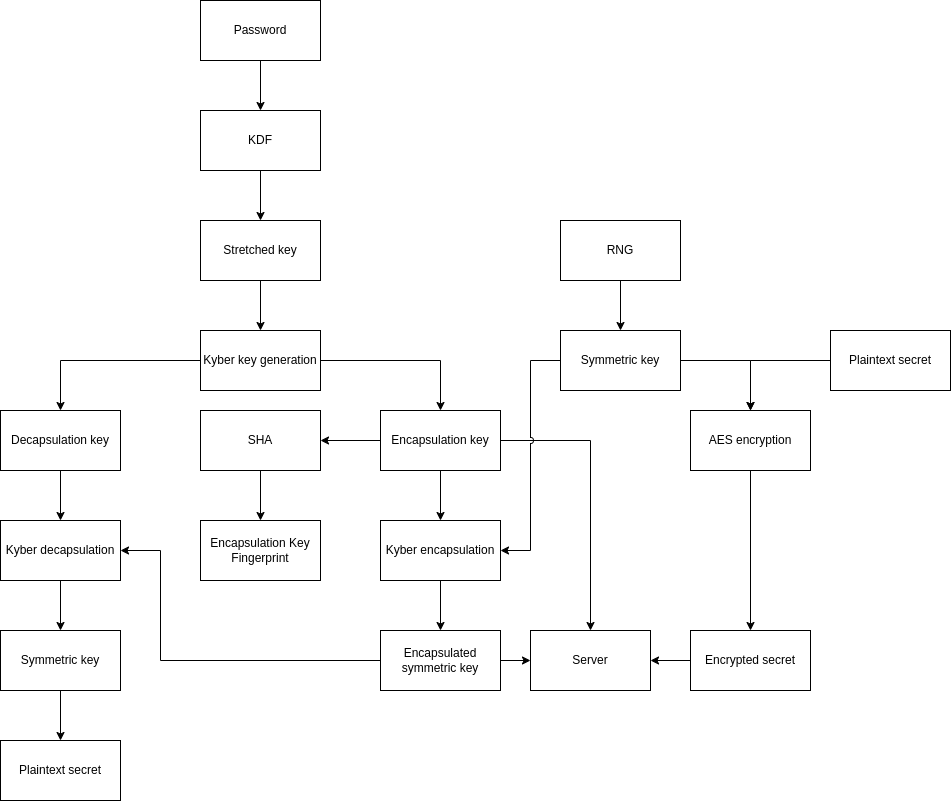
The draw.io diagram docs/crypto.drawio.png in cipherly-xyz/cipherly, before a commit. Source tidied: cells renumbered, new cells last; positions are measured from the earlier drawing's top-left corner, leaving out a move shared by most shapes. Its diagram source:
```xml
<mxGraphModel>
  <root>
    <mxCell id="0" />
    <mxCell id="1" parent="0" />
    <mxCell id="2" style="edgeStyle=orthogonalEdgeStyle;rounded=0;jettySize=auto;html=1;" parent="1" edge="1" source="3" target="5">
      <mxGeometry relative="1" as="geometry" />
    </mxCell>
    <mxCell id="3" value="&lt;div&gt;Password&lt;/div&gt;" style="rounded=0;whiteSpace=wrap;html=1;" parent="1" vertex="1">
      <mxGeometry x="200" width="120" height="60" as="geometry" />
    </mxCell>
    <mxCell id="4" style="edgeStyle=orthogonalEdgeStyle;rounded=0;jettySize=auto;html=1;" parent="1" edge="1" source="5" target="16">
      <mxGeometry relative="1" as="geometry" />
    </mxCell>
    <mxCell id="5" value="KDF" style="rounded=0;whiteSpace=wrap;html=1;" parent="1" vertex="1">
      <mxGeometry x="200" y="110" width="120" height="60" as="geometry" />
    </mxCell>
    <mxCell id="6" style="edgeStyle=orthogonalEdgeStyle;rounded=0;jettySize=auto;html=1;" parent="1" edge="1" source="8" target="14">
      <mxGeometry relative="1" as="geometry" />
    </mxCell>
    <mxCell id="7" style="edgeStyle=orthogonalEdgeStyle;rounded=0;jettySize=auto;html=1;" parent="1" edge="1" source="8" target="12">
      <mxGeometry relative="1" as="geometry" />
    </mxCell>
    <mxCell id="8" value="&lt;div&gt;Kyber key generation&lt;/div&gt;" style="rounded=0;whiteSpace=wrap;html=1;" parent="1" vertex="1">
      <mxGeometry x="200" y="330" width="120" height="60" as="geometry" />
    </mxCell>
    <mxCell id="9" style="edgeStyle=orthogonalEdgeStyle;rounded=0;jettySize=auto;html=1;" parent="1" edge="1" source="12" target="30">
      <mxGeometry relative="1" as="geometry" />
    </mxCell>
    <mxCell id="10" style="edgeStyle=orthogonalEdgeStyle;rounded=0;jettySize=auto;html=1;entryX=0.5;entryY=0;entryDx=0;entryDy=0;jumpStyle=gap;" parent="1" edge="1" source="12" target="25">
      <mxGeometry relative="1" as="geometry">
        <Array as="points">
          <mxPoint x="590" y="440" />
        </Array>
      </mxGeometry>
    </mxCell>
    <mxCell id="11" style="edgeStyle=orthogonalEdgeStyle;rounded=0;jettySize=auto;html=1;" parent="1" edge="1" source="12" target="40">
      <mxGeometry relative="1" as="geometry" />
    </mxCell>
    <mxCell id="12" value="Encapsulation key" style="rounded=0;whiteSpace=wrap;html=1;" parent="1" vertex="1">
      <mxGeometry x="380" y="410" width="120" height="60" as="geometry" />
    </mxCell>
    <mxCell id="13" style="edgeStyle=orthogonalEdgeStyle;rounded=0;jettySize=auto;html=1;" parent="1" edge="1" source="14" target="35">
      <mxGeometry relative="1" as="geometry" />
    </mxCell>
    <mxCell id="14" value="Decapsulation key" style="rounded=0;whiteSpace=wrap;html=1;" parent="1" vertex="1">
      <mxGeometry y="410" width="120" height="60" as="geometry" />
    </mxCell>
    <mxCell id="15" style="edgeStyle=orthogonalEdgeStyle;rounded=0;jettySize=auto;html=1;" parent="1" edge="1" source="16" target="8">
      <mxGeometry relative="1" as="geometry" />
    </mxCell>
    <mxCell id="16" value="Stretched key" style="rounded=0;whiteSpace=wrap;html=1;" parent="1" vertex="1">
      <mxGeometry x="200" y="220" width="120" height="60" as="geometry" />
    </mxCell>
    <mxCell id="17" style="edgeStyle=orthogonalEdgeStyle;rounded=0;jettySize=auto;html=1;" parent="1" edge="1" source="18" target="28">
      <mxGeometry relative="1" as="geometry" />
    </mxCell>
    <mxCell id="18" value="RNG" style="rounded=0;whiteSpace=wrap;html=1;glass=0;shadow=0;" parent="1" vertex="1">
      <mxGeometry x="560" y="220" width="120" height="60" as="geometry" />
    </mxCell>
    <mxCell id="19" style="edgeStyle=orthogonalEdgeStyle;rounded=0;jettySize=auto;html=1;" parent="1" edge="1" source="20" target="22">
      <mxGeometry relative="1" as="geometry" />
    </mxCell>
    <mxCell id="20" value="Plaintext secret" style="rounded=0;whiteSpace=wrap;html=1;" parent="1" vertex="1">
      <mxGeometry x="830" y="330" width="120" height="60" as="geometry" />
    </mxCell>
    <mxCell id="21" style="edgeStyle=orthogonalEdgeStyle;rounded=0;jettySize=auto;html=1;" parent="1" edge="1" source="22" target="24">
      <mxGeometry relative="1" as="geometry" />
    </mxCell>
    <mxCell id="22" value="AES encryption" style="rounded=0;whiteSpace=wrap;html=1;" parent="1" vertex="1">
      <mxGeometry x="690" y="410" width="120" height="60" as="geometry" />
    </mxCell>
    <mxCell id="23" style="edgeStyle=orthogonalEdgeStyle;rounded=0;jettySize=auto;html=1;" parent="1" edge="1" source="24" target="25">
      <mxGeometry relative="1" as="geometry" />
    </mxCell>
    <mxCell id="24" value="Encrypted secret" style="rounded=0;whiteSpace=wrap;html=1;" parent="1" vertex="1">
      <mxGeometry x="690" y="630" width="120" height="60" as="geometry" />
    </mxCell>
    <mxCell id="25" value="Server" style="rounded=0;whiteSpace=wrap;html=1;" parent="1" vertex="1">
      <mxGeometry x="530" y="630" width="120" height="60" as="geometry" />
    </mxCell>
    <mxCell id="26" style="edgeStyle=orthogonalEdgeStyle;rounded=0;jettySize=auto;html=1;" parent="1" edge="1" source="28" target="22">
      <mxGeometry relative="1" as="geometry" />
    </mxCell>
    <mxCell id="27" style="edgeStyle=orthogonalEdgeStyle;rounded=0;jettySize=auto;html=1;entryX=1;entryY=0.5;entryDx=0;entryDy=0;jumpStyle=arc;" parent="1" edge="1" source="28" target="30">
      <mxGeometry relative="1" as="geometry" />
    </mxCell>
    <mxCell id="28" value="Symmetric key" style="rounded=0;whiteSpace=wrap;html=1;" parent="1" vertex="1">
      <mxGeometry x="560" y="330" width="120" height="60" as="geometry" />
    </mxCell>
    <mxCell id="29" style="edgeStyle=orthogonalEdgeStyle;rounded=0;jettySize=auto;html=1;" parent="1" edge="1" source="30" target="33">
      <mxGeometry relative="1" as="geometry" />
    </mxCell>
    <mxCell id="30" value="Kyber encapsulation" style="rounded=0;whiteSpace=wrap;html=1;" parent="1" vertex="1">
      <mxGeometry x="380" y="520" width="120" height="60" as="geometry" />
    </mxCell>
    <mxCell id="31" style="edgeStyle=orthogonalEdgeStyle;rounded=0;jettySize=auto;html=1;" parent="1" edge="1" source="33" target="25">
      <mxGeometry relative="1" as="geometry" />
    </mxCell>
    <mxCell id="32" style="edgeStyle=orthogonalEdgeStyle;rounded=0;jettySize=auto;html=1;entryX=1;entryY=0.5;entryDx=0;entryDy=0;" parent="1" edge="1" source="33" target="35">
      <mxGeometry relative="1" as="geometry">
        <Array as="points">
          <mxPoint x="160" y="660" />
          <mxPoint x="160" y="550" />
        </Array>
      </mxGeometry>
    </mxCell>
    <mxCell id="33" value="Encapsulated symmetric key" style="rounded=0;whiteSpace=wrap;html=1;" parent="1" vertex="1">
      <mxGeometry x="380" y="630" width="120" height="60" as="geometry" />
    </mxCell>
    <mxCell id="34" style="edgeStyle=orthogonalEdgeStyle;rounded=0;jettySize=auto;html=1;" parent="1" edge="1" source="35" target="37">
      <mxGeometry relative="1" as="geometry" />
    </mxCell>
    <mxCell id="35" value="Kyber decapsulation" style="rounded=0;whiteSpace=wrap;html=1;" parent="1" vertex="1">
      <mxGeometry y="520" width="120" height="60" as="geometry" />
    </mxCell>
    <mxCell id="36" style="edgeStyle=orthogonalEdgeStyle;rounded=0;jettySize=auto;html=1;" parent="1" edge="1" source="37" target="38">
      <mxGeometry relative="1" as="geometry" />
    </mxCell>
    <mxCell id="37" value="Symmetric key" style="rounded=0;whiteSpace=wrap;html=1;" parent="1" vertex="1">
      <mxGeometry y="630" width="120" height="60" as="geometry" />
    </mxCell>
    <mxCell id="38" value="Plaintext secret" style="rounded=0;whiteSpace=wrap;html=1;" parent="1" vertex="1">
      <mxGeometry y="740" width="120" height="60" as="geometry" />
    </mxCell>
    <mxCell id="39" style="edgeStyle=orthogonalEdgeStyle;rounded=0;jettySize=auto;html=1;" parent="1" edge="1" source="40" target="41">
      <mxGeometry relative="1" as="geometry" />
    </mxCell>
    <mxCell id="40" value="SHA" style="rounded=0;whiteSpace=wrap;html=1;" parent="1" vertex="1">
      <mxGeometry x="200" y="410" width="120" height="60" as="geometry" />
    </mxCell>
    <mxCell id="41" value="Encapsulation Key Fingerprint" style="rounded=0;whiteSpace=wrap;html=1;" parent="1" vertex="1">
      <mxGeometry x="200" y="520" width="120" height="60" as="geometry" />
    </mxCell>
  </root>
</mxGraphModel>
```
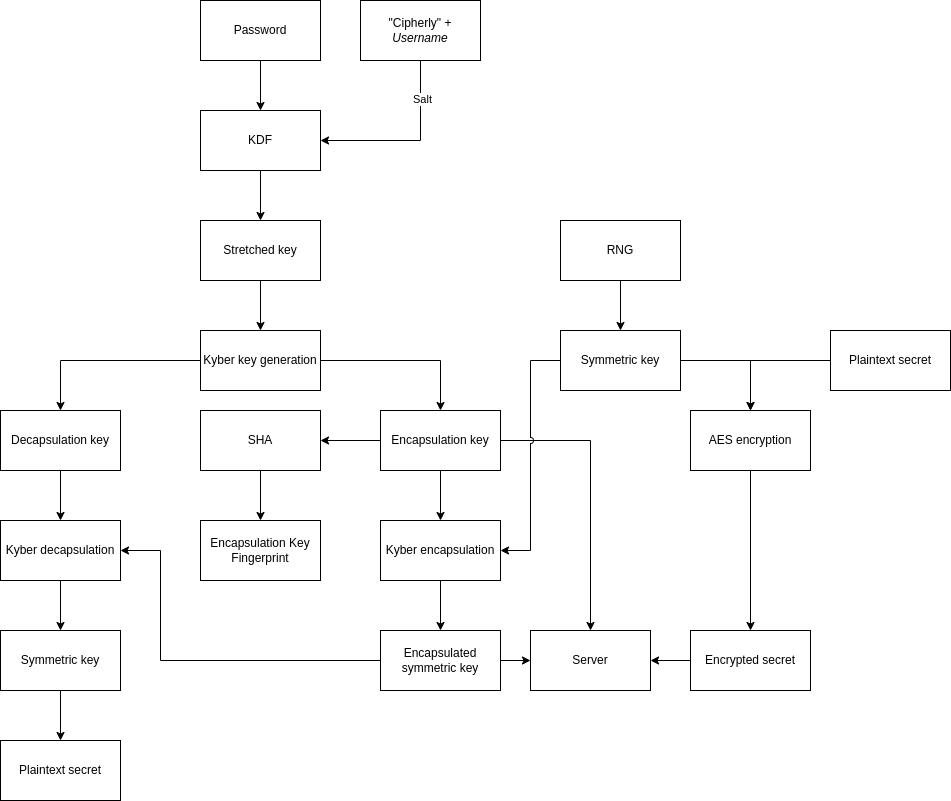
After the commit.

Commit message:
feat: use username as salt in KDF

Diff of the diagram source:
```diff
@@ -131,5 +131,20 @@
     <mxCell id="41" value="Encapsulation Key Fingerprint" style="rounded=0;whiteSpace=wrap;html=1;" parent="1" vertex="1">
       <mxGeometry x="200" y="520" width="120" height="60" as="geometry" />
     </mxCell>
+    <mxCell id="42" style="edgeStyle=orthogonalEdgeStyle;rounded=0;jettySize=auto;html=1;entryX=1;entryY=0.5;entryDx=0;entryDy=0;" parent="1" edge="1" source="44" target="5">
+      <mxGeometry relative="1" as="geometry">
+        <Array as="points">
+          <mxPoint x="420" y="140" />
+        </Array>
+      </mxGeometry>
+    </mxCell>
+    <mxCell id="43" value="Salt" style="edgeLabel;html=1;align=center;verticalAlign=middle;" parent="42" vertex="1">
+      <mxGeometry x="-0.58" y="6" relative="1" as="geometry">
+        <mxPoint x="-5" as="offset" />
+      </mxGeometry>
+    </mxCell>
+    <mxCell id="44" value="&lt;div&gt;&quot;Cipherly&quot; + &lt;i&gt;Username&lt;/i&gt;&lt;/div&gt;" style="rounded=0;whiteSpace=wrap;html=1;" parent="1" vertex="1">
+      <mxGeometry x="360" width="120" height="60" as="geometry" />
+    </mxCell>
   </root>
 </mxGraphModel>
```
